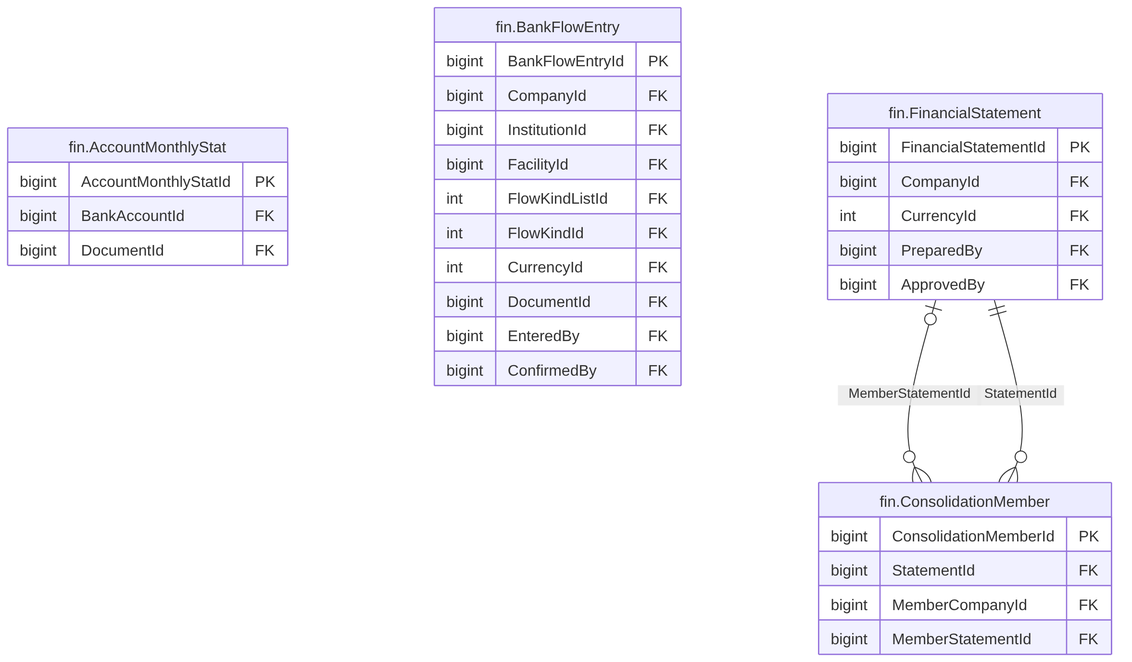
Earlier version of the Mermaid export treasury-platform/docs/diagrams/erd/m5_financials_1.png (thawrasy/smartlines). Its source is kept beside it as treasury-platform/docs/diagrams/erd/m5_financials_1.mmd.
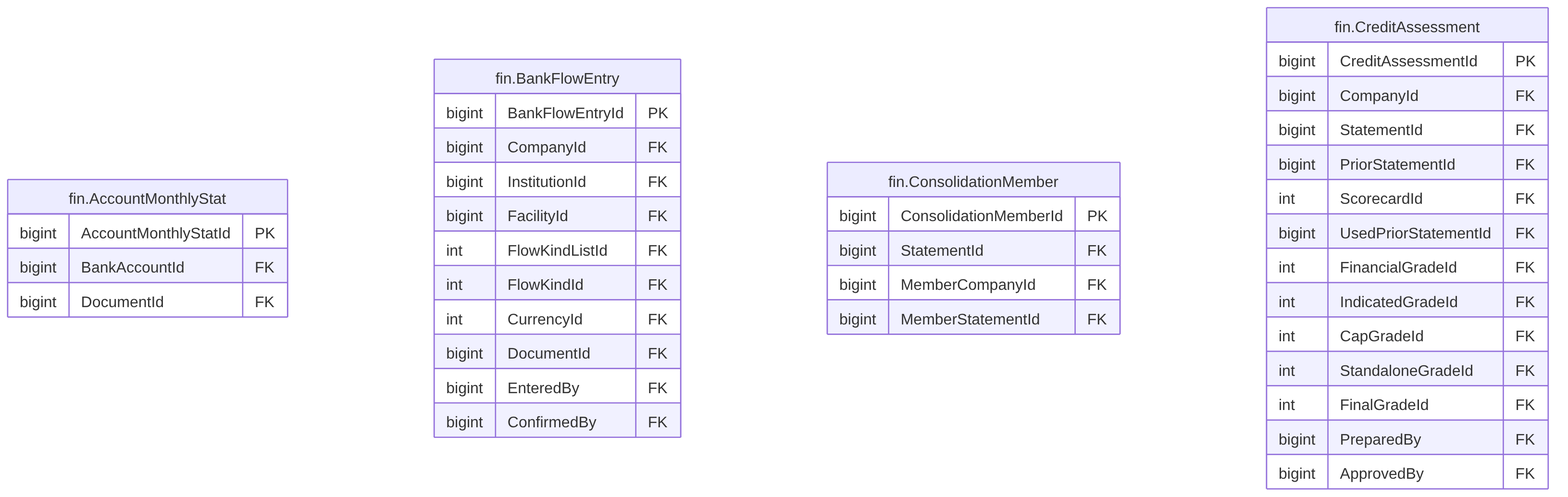
Above is the later version.

Diff of the diagram source:
```diff
@@ -22,12 +22,18 @@
     bigint MemberCompanyId FK
     bigint MemberStatementId FK
   }
-  fin_FinancialStatement["fin.FinancialStatement"] {
-    bigint FinancialStatementId PK
+  fin_CreditAssessment["fin.CreditAssessment"] {
+    bigint CreditAssessmentId PK
     bigint CompanyId FK
-    int CurrencyId FK
+    bigint StatementId FK
+    bigint PriorStatementId FK
+    int ScorecardId FK
+    bigint UsedPriorStatementId FK
+    int FinancialGradeId FK
+    int IndicatedGradeId FK
+    int CapGradeId FK
+    int StandaloneGradeId FK
+    int FinalGradeId FK
     bigint PreparedBy FK
     bigint ApprovedBy FK
   }
-  fin_FinancialStatement |o--o{ fin_ConsolidationMember : "MemberStatementId"
-  fin_FinancialStatement ||--o{ fin_ConsolidationMember : "StatementId"
```
